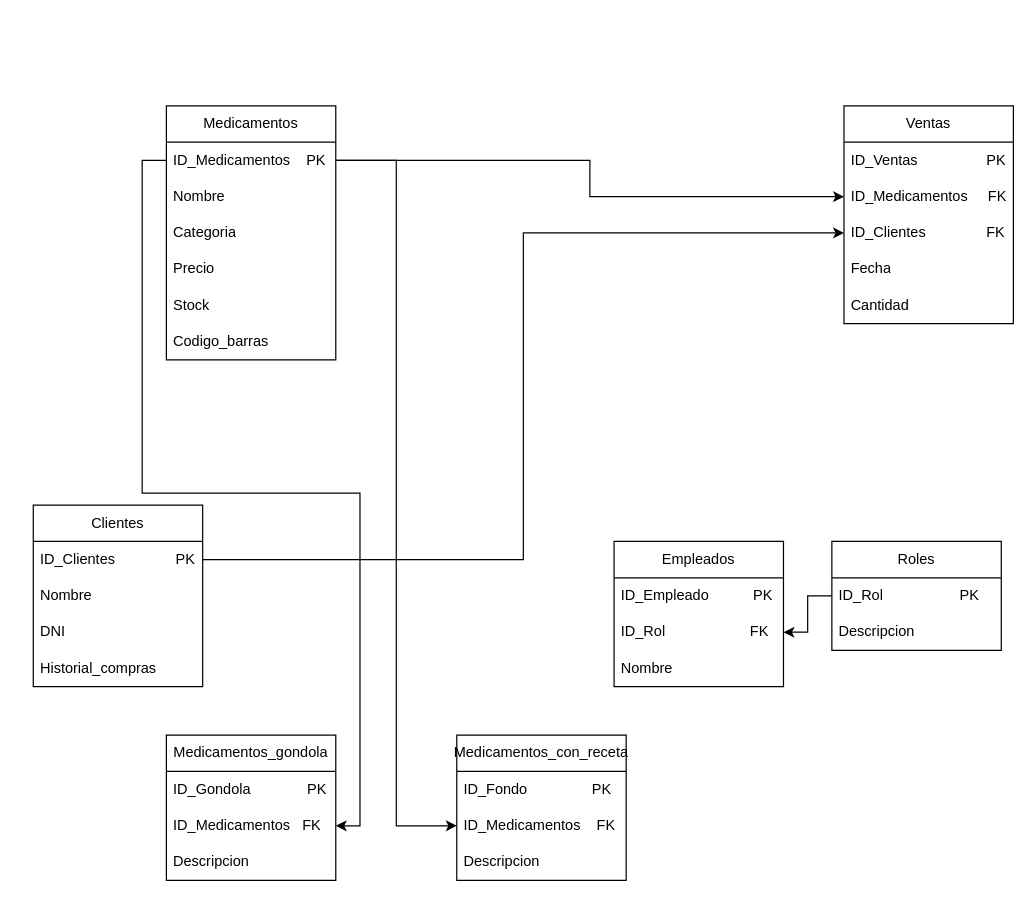
Earlier version of the draw.io diagram DER.drawio (benjox470/Proyecto_Co_Base_de_Datos_y_Algoritmos_Grupo_3). Source tidied: cells renumbered, new cells numbered last; positions are measured from the earlier drawing's top-left corner, leaving out a move shared by most shapes. Both pictures are drawn from the tidied source at 121%, with x=0, y=0 at pixel (33, 105).
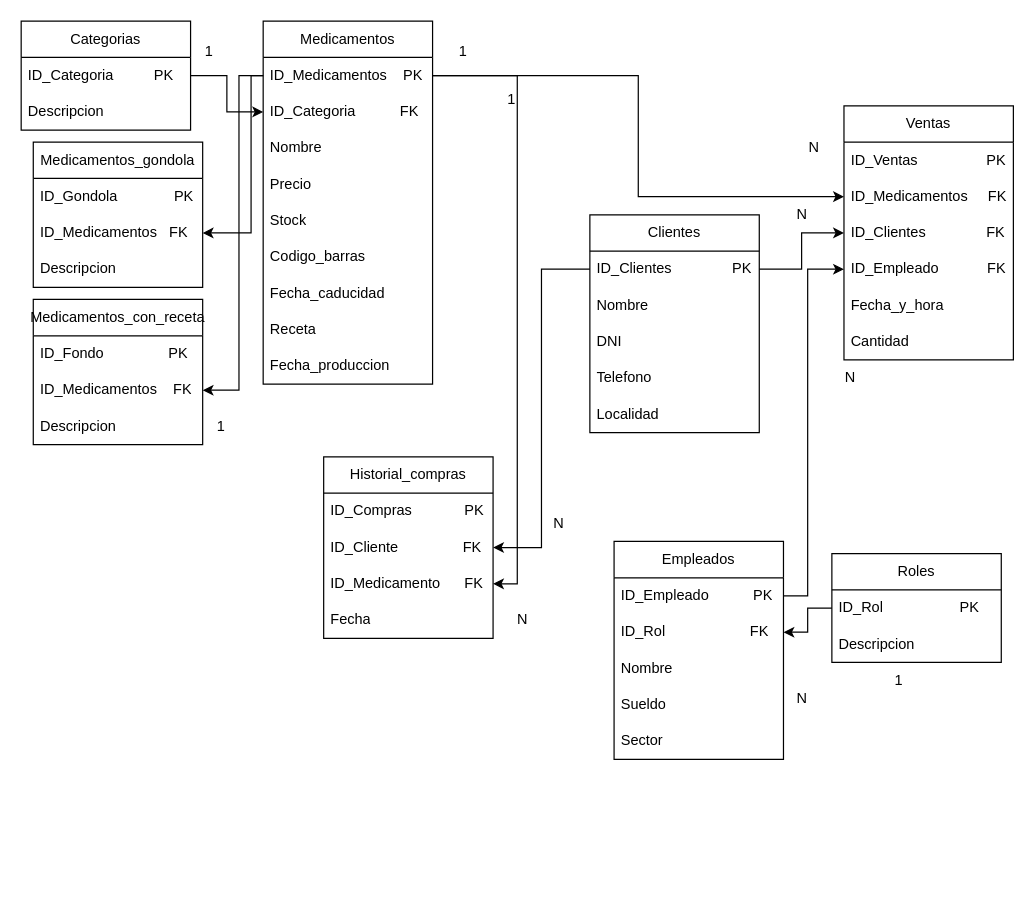
Above is the later version.

The change refers to these unchanged cells:
```xml
<mxCell id="3" value="ID_Medicamentos&amp;nbsp; &amp;nbsp; PK" style="text;strokeColor=none;fillColor=none;align=left;verticalAlign=middle;spacingLeft=4;spacingRight=4;overflow=hidden;points=[[0,0.5],[1,0.5]];portConstraint=eastwest;whiteSpace=wrap;html=1;" parent="2" vertex="1">
  <mxGeometry y="30" width="140" height="30" as="geometry" />
</mxCell>
<mxCell id="16" value="ID_Clientes&amp;nbsp; &amp;nbsp; &amp;nbsp; &amp;nbsp; &amp;nbsp; &amp;nbsp; &amp;nbsp; &amp;nbsp;PK" style="text;strokeColor=none;fillColor=none;align=left;verticalAlign=middle;spacingLeft=4;spacingRight=4;overflow=hidden;points=[[0,0.5],[1,0.5]];portConstraint=eastwest;whiteSpace=wrap;html=1;" parent="15" vertex="1">
  <mxGeometry y="30" width="140" height="30" as="geometry" />
</mxCell>
<mxCell id="21" value="ID_Empleado&amp;nbsp; &amp;nbsp; &amp;nbsp; &amp;nbsp; &amp;nbsp; &amp;nbsp;PK" style="text;strokeColor=none;fillColor=none;align=left;verticalAlign=middle;spacingLeft=4;spacingRight=4;overflow=hidden;points=[[0,0.5],[1,0.5]];portConstraint=eastwest;whiteSpace=wrap;html=1;" parent="20" vertex="1">
  <mxGeometry y="30" width="140" height="30" as="geometry" />
</mxCell>
<mxCell id="32" value="ID_Medicamentos&amp;nbsp; &amp;nbsp;FK" style="text;strokeColor=none;fillColor=none;align=left;verticalAlign=middle;spacingLeft=4;spacingRight=4;overflow=hidden;points=[[0,0.5],[1,0.5]];portConstraint=eastwest;whiteSpace=wrap;html=1;" parent="30" vertex="1">
  <mxGeometry y="60" width="140" height="30" as="geometry" />
</mxCell>
<mxCell id="36" value="ID_Medicamentos&amp;nbsp; &amp;nbsp; FK" style="text;strokeColor=none;fillColor=none;align=left;verticalAlign=middle;spacingLeft=4;spacingRight=4;overflow=hidden;points=[[0,0.5],[1,0.5]];portConstraint=eastwest;whiteSpace=wrap;html=1;" parent="34" vertex="1">
  <mxGeometry y="60" width="140" height="30" as="geometry" />
</mxCell>
```

Diff of the diagram source:
```diff
@@
     <mxCell id="2" value="Medicamentos" style="swimlane;fontStyle=0;horizontal=1;startSize=30;whiteSpace=wrap;html=1;" parent="1" vertex="1">
-      <mxGeometry x="110" width="140" height="210" as="geometry" />
+      <mxGeometry x="190" y="-70" width="140" height="300" as="geometry" />
     </mxCell>
@@
+    <mxCell id="40" value="ID_Categoria&amp;nbsp; &amp;nbsp; &amp;nbsp; &amp;nbsp; &amp;nbsp; &amp;nbsp;FK" style="text;strokeColor=none;fillColor=none;align=left;verticalAlign=middle;spacingLeft=4;spacingRight=4;overflow=hidden;points=[[0,0.5],[1,0.5]];portConstraint=eastwest;whiteSpace=wrap;html=1;" parent="2" vertex="1">
+      <mxGeometry y="60" width="140" height="30" as="geometry" />
+    </mxCell>
     <mxCell id="4" value="Nombre" style="text;strokeColor=none;fillColor=none;align=left;verticalAlign=middle;spacingLeft=4;spacingRight=4;overflow=hidden;whiteSpace=wrap;html=1;" parent="2" vertex="1">
-      <mxGeometry y="60" width="140" height="30" as="geometry" />
+      <mxGeometry y="90" width="140" height="30" as="geometry" />
     </mxCell>
-    <mxCell id="5" value="Categoria" style="text;strokeColor=none;fillColor=none;align=left;verticalAlign=middle;spacingLeft=4;spacingRight=4;overflow=hidden;whiteSpace=wrap;html=1;" parent="2" vertex="1">
-      <mxGeometry y="90" width="140" height="30" as="geometry" />
-    </mxCell>
@@
+    <mxCell id="41" value="Fecha_caducidad" style="text;strokeColor=none;fillColor=none;align=left;verticalAlign=middle;spacingLeft=4;spacingRight=4;overflow=hidden;whiteSpace=wrap;html=1;" parent="2" vertex="1">
+      <mxGeometry y="210" width="140" height="30" as="geometry" />
+    </mxCell>
+    <mxCell id="42" value="Receta" style="text;strokeColor=none;fillColor=none;align=left;verticalAlign=middle;spacingLeft=4;spacingRight=4;overflow=hidden;whiteSpace=wrap;html=1;" parent="2" vertex="1">
+      <mxGeometry y="240" width="140" height="30" as="geometry" />
+    </mxCell>
+    <mxCell id="43" value="Fecha_produccion" style="text;strokeColor=none;fillColor=none;align=left;verticalAlign=middle;spacingLeft=4;spacingRight=4;overflow=hidden;whiteSpace=wrap;html=1;" parent="2" vertex="1">
+      <mxGeometry y="270" width="140" height="30" as="geometry" />
+    </mxCell>
     <mxCell id="9" value="Ventas" style="swimlane;fontStyle=0;horizontal=1;startSize=30;whiteSpace=wrap;html=1;" parent="1" vertex="1">
-      <mxGeometry x="670" width="140" height="180" as="geometry" />
+      <mxGeometry x="670" width="140" height="210" as="geometry" />
     </mxCell>
@@
+    <mxCell id="44" value="ID_Empleado&amp;nbsp; &amp;nbsp; &amp;nbsp; &amp;nbsp; &amp;nbsp; &amp;nbsp; FK" style="text;strokeColor=none;fillColor=none;align=left;verticalAlign=middle;spacingLeft=4;spacingRight=4;overflow=hidden;points=[[0,0.5],[1,0.5]];portConstraint=eastwest;whiteSpace=wrap;html=1;" parent="9" vertex="1">
+      <mxGeometry y="120" width="140" height="30" as="geometry" />
+    </mxCell>
-    <mxCell id="13" value="Fecha" style="text;strokeColor=none;fillColor=none;align=left;verticalAlign=middle;spacingLeft=4;spacingRight=4;overflow=hidden;whiteSpace=wrap;html=1;" parent="9" vertex="1">
-      <mxGeometry y="120" width="140" height="30" as="geometry" />
+    <mxCell id="13" value="Fecha_y_hora" style="text;strokeColor=none;fillColor=none;align=left;verticalAlign=middle;spacingLeft=4;spacingRight=4;overflow=hidden;whiteSpace=wrap;html=1;" parent="9" vertex="1">
+      <mxGeometry y="150" width="140" height="30" as="geometry" />
     </mxCell>
     <mxCell id="14" value="Cantidad" style="text;strokeColor=none;fillColor=none;align=left;verticalAlign=middle;spacingLeft=4;spacingRight=4;overflow=hidden;whiteSpace=wrap;html=1;" parent="9" vertex="1">
-      <mxGeometry y="150" width="140" height="30" as="geometry" />
+      <mxGeometry y="180" width="140" height="30" as="geometry" />
     </mxCell>
     <mxCell id="15" value="Clientes" style="swimlane;fontStyle=0;horizontal=1;startSize=30;whiteSpace=wrap;html=1;" parent="1" vertex="1">
-      <mxGeometry y="330" width="140" height="150" as="geometry" />
+      <mxGeometry x="460" y="90" width="140" height="180" as="geometry" />
     </mxCell>
@@
-    <mxCell id="19" value="Historial_compras" style="text;strokeColor=none;fillColor=none;align=left;verticalAlign=middle;spacingLeft=4;spacingRight=4;overflow=hidden;points=[[0,0.5],[1,0.5]];portConstraint=eastwest;whiteSpace=wrap;html=1;" parent="15" vertex="1">
-      <mxGeometry y="120" width="140" height="30" as="geometry" />
-    </mxCell>
+    <mxCell id="45" value="Telefono" style="text;strokeColor=none;fillColor=none;align=left;verticalAlign=middle;spacingLeft=4;spacingRight=4;overflow=hidden;whiteSpace=wrap;html=1;" parent="15" vertex="1">
+      <mxGeometry y="120" width="140" height="30" as="geometry" />
+    </mxCell>
+    <mxCell id="46" value="Localidad" style="text;strokeColor=none;fillColor=none;align=left;verticalAlign=middle;spacingLeft=4;spacingRight=4;overflow=hidden;whiteSpace=wrap;html=1;" parent="15" vertex="1">
+      <mxGeometry y="150" width="140" height="30" as="geometry" />
+    </mxCell>
     <mxCell id="20" value="Empleados" style="swimlane;fontStyle=0;horizontal=1;startSize=30;whiteSpace=wrap;html=1;" parent="1" vertex="1">
-      <mxGeometry x="480" y="360" width="140" height="120" as="geometry" />
+      <mxGeometry x="480" y="360" width="140" height="180" as="geometry" />
     </mxCell>
@@
+    <mxCell id="47" value="Sueldo" style="text;strokeColor=none;fillColor=none;align=left;verticalAlign=middle;spacingLeft=4;spacingRight=4;overflow=hidden;whiteSpace=wrap;html=1;" parent="20" vertex="1">
+      <mxGeometry y="120" width="140" height="30" as="geometry" />
+    </mxCell>
+    <mxCell id="48" value="Sector" style="text;strokeColor=none;fillColor=none;align=left;verticalAlign=middle;spacingLeft=4;spacingRight=4;overflow=hidden;whiteSpace=wrap;html=1;" parent="20" vertex="1">
+      <mxGeometry y="150" width="140" height="30" as="geometry" />
+    </mxCell>
@@
     <mxCell id="26" value="Roles" style="swimlane;fontStyle=0;horizontal=1;startSize=30;whiteSpace=wrap;html=1;" parent="1" vertex="1">
-      <mxGeometry x="660" y="360" width="140" height="90" as="geometry" />
+      <mxGeometry x="660" y="370" width="140" height="90" as="geometry" />
     </mxCell>
@@
     <mxCell id="30" value="Medicamentos_gondola" style="swimlane;fontStyle=0;horizontal=1;startSize=30;whiteSpace=wrap;html=1;" parent="1" vertex="1">
-      <mxGeometry x="110" y="520" width="140" height="120" as="geometry" />
+      <mxGeometry y="30" width="140" height="120" as="geometry" />
     </mxCell>
@@
     <mxCell id="34" value="Medicamentos_con_receta" style="swimlane;fontStyle=0;horizontal=1;startSize=30;whiteSpace=wrap;html=1;" parent="1" vertex="1">
-      <mxGeometry x="350" y="520" width="140" height="120" as="geometry" />
+      <mxGeometry y="160" width="140" height="120" as="geometry" />
     </mxCell>
@@
     <mxCell id="38" style="edgeStyle=orthogonalEdgeStyle;rounded=0;jettySize=auto;html=1;" parent="1" edge="1" source="3" target="36">
-      <mxGeometry relative="1" as="geometry" />
+      <mxGeometry relative="1" as="geometry">
+        <Array as="points">
+          <mxPoint x="170" y="-25" />
+          <mxPoint x="170" y="235" />
+        </Array>
+      </mxGeometry>
     </mxCell>
     <mxCell id="39" style="edgeStyle=orthogonalEdgeStyle;rounded=0;jettySize=auto;html=1;entryX=1;entryY=0.5;entryDx=0;entryDy=0;" parent="1" edge="1" source="3" target="32">
-      <mxGeometry relative="1" as="geometry" />
+      <mxGeometry relative="1" as="geometry">
+        <Array as="points">
+          <mxPoint x="180" y="-25" />
+          <mxPoint x="180" y="105" />
+        </Array>
+      </mxGeometry>
     </mxCell>
+    <mxCell id="49" value="Categorias" style="swimlane;fontStyle=0;horizontal=1;startSize=30;whiteSpace=wrap;html=1;" parent="1" vertex="1">
+      <mxGeometry x="-10" y="-70" width="140" height="90" as="geometry" />
+    </mxCell>
+    <mxCell id="50" value="ID_Categoria&amp;nbsp; &amp;nbsp; &amp;nbsp; &amp;nbsp; &amp;nbsp; PK" style="text;strokeColor=none;fillColor=none;align=left;verticalAlign=middle;spacingLeft=4;spacingRight=4;overflow=hidden;points=[[0,0.5],[1,0.5]];portConstraint=eastwest;whiteSpace=wrap;html=1;" parent="49" vertex="1">
+      <mxGeometry y="30" width="140" height="30" as="geometry" />
+    </mxCell>
+    <mxCell id="51" value="Descripcion" style="text;strokeColor=none;fillColor=none;align=left;verticalAlign=middle;spacingLeft=4;spacingRight=4;overflow=hidden;whiteSpace=wrap;html=1;" parent="49" vertex="1">
+      <mxGeometry y="60" width="140" height="30" as="geometry" />
+    </mxCell>
+    <mxCell id="52" style="edgeStyle=orthogonalEdgeStyle;rounded=0;jettySize=auto;html=1;entryX=0;entryY=0.5;entryDx=0;entryDy=0;" parent="1" edge="1" source="50" target="40">
+      <mxGeometry relative="1" as="geometry" />
+    </mxCell>
+    <mxCell id="19" value="Historial_compras" style="swimlane;fontStyle=0;horizontal=1;startSize=30;whiteSpace=wrap;html=1;" parent="1" vertex="1">
+      <mxGeometry x="240" y="290" width="140" height="150" as="geometry" />
+    </mxCell>
+    <mxCell id="53" value="ID_Compras&amp;nbsp; &amp;nbsp; &amp;nbsp; &amp;nbsp; &amp;nbsp; &amp;nbsp; &amp;nbsp;PK" style="text;strokeColor=none;fillColor=none;align=left;verticalAlign=middle;spacingLeft=4;spacingRight=4;overflow=hidden;whiteSpace=wrap;html=1;" parent="19" vertex="1">
+      <mxGeometry y="30" width="140" height="30" as="geometry" />
+    </mxCell>
+    <mxCell id="54" value="ID_Cliente&amp;nbsp; &amp;nbsp; &amp;nbsp; &amp;nbsp; &amp;nbsp; &amp;nbsp; &amp;nbsp; &amp;nbsp; FK" style="text;strokeColor=none;fillColor=none;align=left;verticalAlign=middle;spacingLeft=4;spacingRight=4;overflow=hidden;whiteSpace=wrap;html=1;" parent="19" vertex="1">
+      <mxGeometry y="60" width="140" height="30" as="geometry" />
+    </mxCell>
+    <mxCell id="55" value="ID_Medicamento&amp;nbsp; &amp;nbsp; &amp;nbsp; FK" style="text;strokeColor=none;fillColor=none;align=left;verticalAlign=middle;spacingLeft=4;spacingRight=4;overflow=hidden;points=[[0,0.5],[1,0.5]];portConstraint=eastwest;whiteSpace=wrap;html=1;" parent="19" vertex="1">
+      <mxGeometry y="90" width="140" height="30" as="geometry" />
+    </mxCell>
+    <mxCell id="56" value="Fecha" style="text;strokeColor=none;fillColor=none;align=left;verticalAlign=middle;spacingLeft=4;spacingRight=4;overflow=hidden;whiteSpace=wrap;html=1;" parent="19" vertex="1">
+      <mxGeometry y="120" width="140" height="30" as="geometry" />
+    </mxCell>
+    <mxCell id="57" style="edgeStyle=orthogonalEdgeStyle;rounded=0;jettySize=auto;html=1;entryX=1;entryY=0.5;entryDx=0;entryDy=0;" parent="1" edge="1" source="16" target="19">
+      <mxGeometry relative="1" as="geometry" />
+    </mxCell>
+    <mxCell id="58" style="edgeStyle=orthogonalEdgeStyle;rounded=0;jettySize=auto;html=1;entryX=1;entryY=0.5;entryDx=0;entryDy=0;" parent="1" edge="1" source="3" target="55">
+      <mxGeometry relative="1" as="geometry" />
+    </mxCell>
+    <mxCell id="59" style="edgeStyle=orthogonalEdgeStyle;rounded=0;jettySize=auto;html=1;" parent="1" edge="1" source="21" target="44">
+      <mxGeometry relative="1" as="geometry">
+        <Array as="points">
+          <mxPoint x="640" y="405" />
+          <mxPoint x="640" y="135" />
+        </Array>
+      </mxGeometry>
+    </mxCell>
+    <mxCell id="60" value="1" style="text;html=1;align=center;verticalAlign=middle;strokeColor=none;fillColor=none;" parent="1" vertex="1">
+      <mxGeometry x="340" y="-60" width="30" height="30" as="geometry" />
+    </mxCell>
+    <mxCell id="61" value="1" style="text;html=1;align=center;verticalAlign=middle;strokeColor=none;fillColor=none;" parent="1" vertex="1">
+      <mxGeometry x="140" y="250" width="30" height="30" as="geometry" />
+    </mxCell>
+    <mxCell id="62" value="N" style="text;html=1;align=center;verticalAlign=middle;strokeColor=none;fillColor=none;" parent="1" vertex="1">
+      <mxGeometry x="389" y="410" width="30" height="30" as="geometry" />
+    </mxCell>
+    <mxCell id="63" value="1" style="text;html=1;align=center;verticalAlign=middle;strokeColor=none;fillColor=none;" parent="1" vertex="1">
+      <mxGeometry x="130" y="-60" width="30" height="30" as="geometry" />
+    </mxCell>
+    <mxCell id="64" value="1" style="text;html=1;align=center;verticalAlign=middle;strokeColor=none;fillColor=none;" parent="1" vertex="1">
+      <mxGeometry x="380" y="-20" width="30" height="30" as="geometry" />
+    </mxCell>
+    <mxCell id="65" value="N" style="text;html=1;align=center;verticalAlign=middle;strokeColor=none;fillColor=none;" parent="1" vertex="1">
+      <mxGeometry x="419" y="330" width="30" height="30" as="geometry" />
+    </mxCell>
+    <mxCell id="66" value="N" style="text;html=1;align=center;verticalAlign=middle;strokeColor=none;fillColor=none;" parent="1" vertex="1">
+      <mxGeometry x="620" y="475" width="30" height="30" as="geometry" />
+    </mxCell>
+    <mxCell id="67" value="1" style="text;html=1;align=center;verticalAlign=middle;strokeColor=none;fillColor=none;" parent="1" vertex="1">
+      <mxGeometry x="700" y="460" width="30" height="30" as="geometry" />
+    </mxCell>
+    <mxCell id="68" value="N" style="text;html=1;align=center;verticalAlign=middle;strokeColor=none;fillColor=none;" parent="1" vertex="1">
+      <mxGeometry x="630" y="20" width="30" height="30" as="geometry" />
+    </mxCell>
+    <mxCell id="69" value="N" style="text;html=1;align=center;verticalAlign=middle;strokeColor=none;fillColor=none;" parent="1" vertex="1">
+      <mxGeometry x="620" y="75" width="30" height="30" as="geometry" />
+    </mxCell>
+    <mxCell id="70" value="N" style="text;html=1;align=center;verticalAlign=middle;strokeColor=none;fillColor=none;" parent="1" vertex="1">
+      <mxGeometry x="660" y="210" width="30" height="30" as="geometry" />
+    </mxCell>
```
